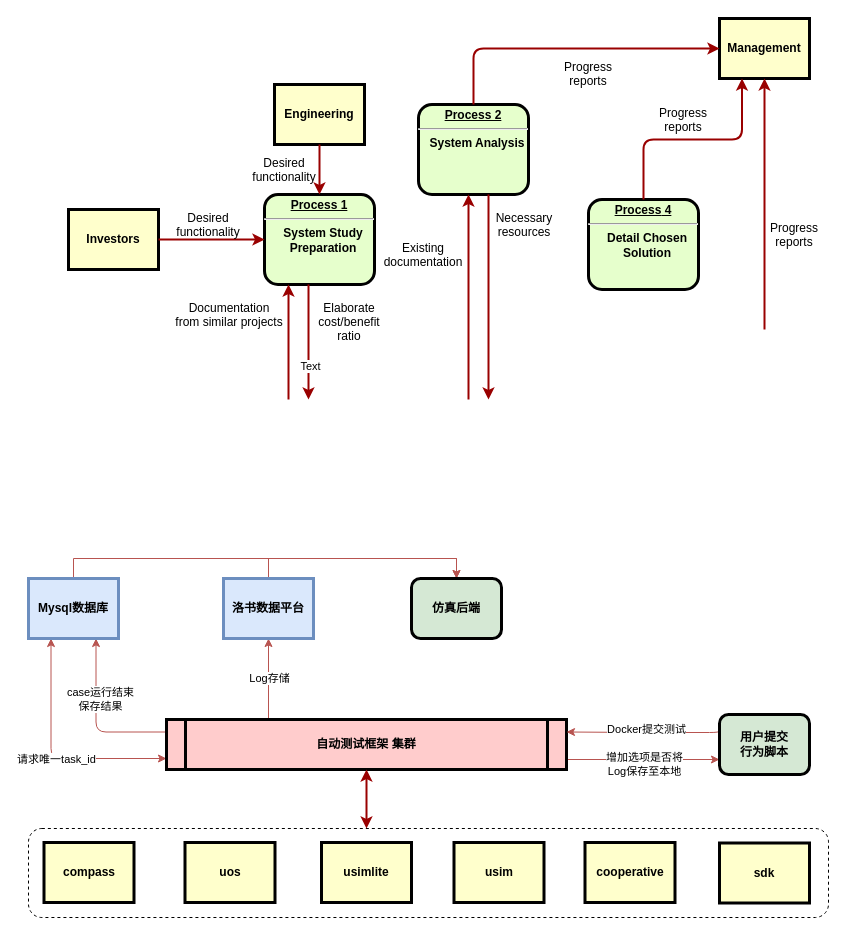
Before: autotest.drawio in Kingzhoudk/diagrams, a draw.io diagram. Source tidied: cells renumbered, new cells numbered last; positions are measured from the earlier drawing's top-left corner, leaving out a move shared by most shapes. Both pictures are drawn from the tidied source at 100%, with x=0, y=0 at pixel (28, 18).
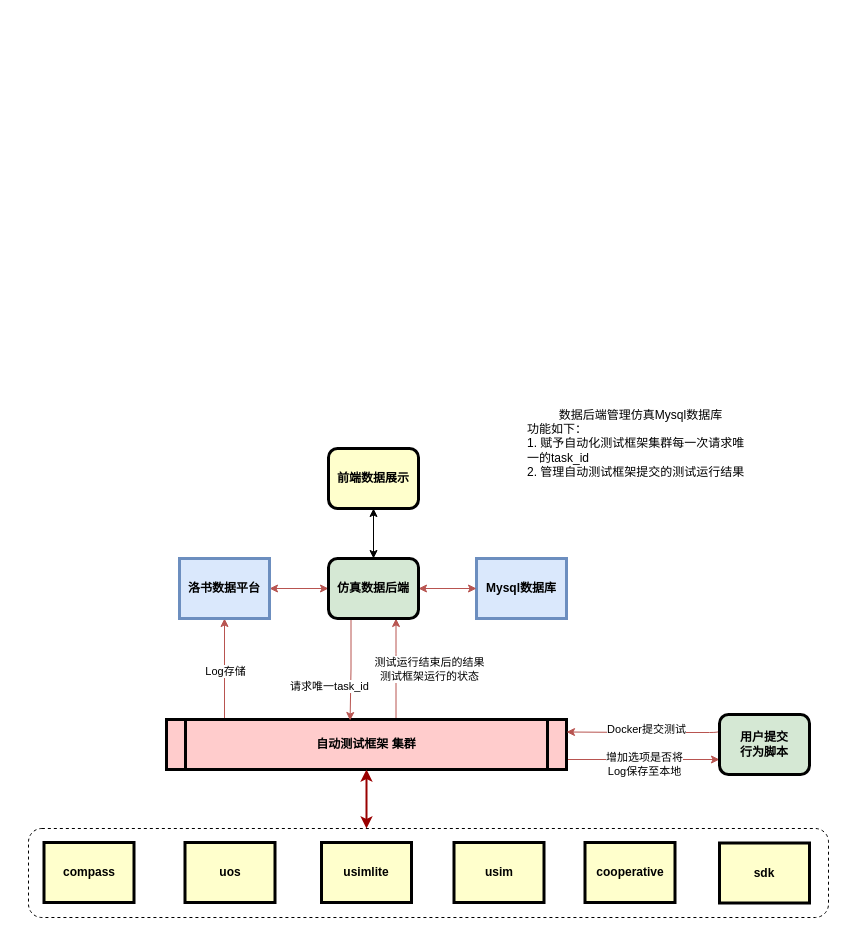
The same diagram, later.

The change refers to these unchanged cells:
```xml
<mxCell id="14" value="自动测试框架 集群" style="shape=process;whiteSpace=wrap;align=center;verticalAlign=middle;size=0.0475;fontStyle=1;strokeWidth=3;fillColor=#FFCCCC;" parent="1" vertex="1">
  <mxGeometry x="138" y="701" width="400" height="50" as="geometry" />
</mxCell>
```

What changed in the source:
```diff
@@
-    <mxCell id="3" value="&lt;p style=&quot;margin: 0px; margin-top: 4px; text-align: center; text-decoration: underline;&quot;&gt;&lt;strong&gt;Process 1&lt;br /&gt;&lt;/strong&gt;&lt;/p&gt;&lt;hr /&gt;&lt;p style=&quot;margin: 0px; margin-left: 8px;&quot;&gt;System Study&lt;/p&gt;&lt;p style=&quot;margin: 0px; margin-left: 8px;&quot;&gt;Preparation&lt;/p&gt;" style="verticalAlign=middle;align=center;overflow=fill;fontSize=12;fontFamily=Helvetica;html=1;rounded=1;fontStyle=1;strokeWidth=3;fillColor=#E6FFCC;" parent="1" vertex="1">
-      <mxGeometry x="236" y="176" width="110" height="90" as="geometry" />
-    </mxCell>
-    <mxCell id="4" value="Engineering" style="whiteSpace=wrap;align=center;verticalAlign=middle;fontStyle=1;strokeWidth=3;fillColor=#FFFFCC;" parent="1" vertex="1">
-      <mxGeometry x="246" y="66" width="90" height="60" as="geometry" />
-    </mxCell>
-    <mxCell id="5" value="Investors" style="whiteSpace=wrap;align=center;verticalAlign=middle;fontStyle=1;strokeWidth=3;fillColor=#FFFFCC;" parent="1" vertex="1">
-      <mxGeometry x="40" y="191" width="90" height="60" as="geometry" />
-    </mxCell>
-    <mxCell id="6" style="edgeStyle=orthogonalEdgeStyle;rounded=1;jettySize=auto;html=1;entryX=0.25;entryY=1;entryDx=0;entryDy=0;startArrow=classic;startFill=1;fillColor=#f8cecc;strokeColor=#b85450;" parent="1" edge="1" source="14" target="49">
-      <mxGeometry relative="1" as="geometry">
-        <Array as="points">
-          <mxPoint x="23" y="740" />
-        </Array>
-      </mxGeometry>
-    </mxCell>
-    <mxCell id="7" value="请求唯一task_id" style="edgeLabel;html=1;align=center;verticalAlign=middle;" parent="6" vertex="1">
-      <mxGeometry x="0.24" y="-2" relative="1" as="geometry">
-        <mxPoint x="3" y="31" as="offset" />
-      </mxGeometry>
-    </mxCell>
-    <mxCell id="8" style="edgeStyle=orthogonalEdgeStyle;rounded=1;jettySize=auto;html=1;exitX=0;exitY=0.25;exitDx=0;exitDy=0;entryX=0.75;entryY=1;entryDx=0;entryDy=0;startArrow=none;startFill=0;fillColor=#f8cecc;strokeColor=#b85450;" parent="1" edge="1" source="14" target="49">
-      <mxGeometry relative="1" as="geometry" />
-    </mxCell>
-    <mxCell id="9" value="&lt;div&gt;case运行结束&lt;/div&gt;&lt;div&gt;保存结果&lt;br&gt;&lt;/div&gt;" style="edgeLabel;html=1;align=center;verticalAlign=middle;" parent="8" vertex="1">
-      <mxGeometry x="0.3" y="-3" relative="1" as="geometry">
-        <mxPoint x="1" y="3" as="offset" />
-      </mxGeometry>
-    </mxCell>
-    <mxCell id="10" style="edgeStyle=orthogonalEdgeStyle;rounded=0;jettySize=auto;html=1;exitX=0.25;exitY=0;exitDx=0;exitDy=0;entryX=0.5;entryY=1;entryDx=0;entryDy=0;startArrow=none;startFill=0;fillColor=#f8cecc;strokeColor=#b85450;" parent="1" edge="1" source="14" target="51">
+    <mxCell id="10" style="edgeStyle=orthogonalEdgeStyle;rounded=0;jettySize=auto;html=1;exitX=0.14;exitY=0;exitDx=0;exitDy=0;entryX=0.5;entryY=1;entryDx=0;entryDy=0;startArrow=none;startFill=0;fillColor=#f8cecc;strokeColor=#b85450;exitPerimeter=0;" parent="1" edge="1" source="14" target="51">
       <mxGeometry relative="1" as="geometry">
         <Array as="points">
-          <mxPoint x="240" y="701" />
+          <mxPoint x="196" y="701" />
         </Array>
       </mxGeometry>
     </mxCell>
@@
+    <mxCell id="53" style="edgeStyle=orthogonalEdgeStyle;rounded=0;jettySize=auto;html=1;entryX=0.75;entryY=1;entryDx=0;entryDy=0;startArrow=none;startFill=0;fillColor=#f8cecc;strokeColor=#b85450;" parent="1" edge="1" source="14" target="52">
+      <mxGeometry relative="1" as="geometry">
+        <Array as="points">
+          <mxPoint x="368" y="635" />
+        </Array>
+      </mxGeometry>
+    </mxCell>
+    <mxCell id="54" value="&lt;div&gt;测试运行结束后的结果&lt;br&gt;&lt;/div&gt;&lt;div&gt;测试框架运行的状态&lt;br&gt;&lt;/div&gt;" style="edgeLabel;html=1;align=center;verticalAlign=middle;" parent="53" vertex="1">
+      <mxGeometry x="0.49" y="-2" relative="1" as="geometry">
+        <mxPoint x="31" y="24" as="offset" />
+      </mxGeometry>
+    </mxCell>
@@
-    <mxCell id="15" value="&lt;p style=&quot;margin: 0px; margin-top: 4px; text-align: center; text-decoration: underline;&quot;&gt;&lt;strong&gt;Process 2&lt;br /&gt;&lt;/strong&gt;&lt;/p&gt;&lt;hr /&gt;&lt;p style=&quot;margin: 0px; margin-left: 8px;&quot;&gt;System Analysis&lt;/p&gt;" style="verticalAlign=middle;align=center;overflow=fill;fontSize=12;fontFamily=Helvetica;html=1;rounded=1;fontStyle=1;strokeWidth=3;fillColor=#E6FFCC;" parent="1" vertex="1">
-      <mxGeometry x="390" y="86" width="110" height="90" as="geometry" />
-    </mxCell>
-    <mxCell id="16" value="&lt;p style=&quot;margin: 0px; margin-top: 4px; text-align: center; text-decoration: underline;&quot;&gt;&lt;strong&gt;&lt;strong&gt;Process&lt;/strong&gt; 4&lt;br /&gt;&lt;/strong&gt;&lt;/p&gt;&lt;hr /&gt;&lt;p style=&quot;margin: 0px; margin-left: 8px;&quot;&gt;Detail Chosen&lt;/p&gt;&lt;p style=&quot;margin: 0px; margin-left: 8px;&quot;&gt;Solution&lt;/p&gt;" style="verticalAlign=middle;align=center;overflow=fill;fontSize=12;fontFamily=Helvetica;html=1;rounded=1;fontStyle=1;strokeWidth=3;fillColor=#E6FFCC;" parent="1" vertex="1">
-      <mxGeometry x="560" y="181" width="110" height="90" as="geometry" />
-    </mxCell>
-    <mxCell id="17" value="Management" style="whiteSpace=wrap;align=center;verticalAlign=middle;fontStyle=1;strokeWidth=3;fillColor=#FFFFCC;" parent="1" vertex="1">
-      <mxGeometry x="691" width="90" height="60" as="geometry" />
-    </mxCell>
@@
-    <mxCell id="19" style="edgeStyle=none;noEdgeStyle=1;strokeColor=#990000;strokeWidth=2;" parent="1" edge="1" source="4" target="3">
-      <mxGeometry relative="1" as="geometry" />
-    </mxCell>
-    <mxCell id="20" style="edgeStyle=none;noEdgeStyle=1;strokeColor=#990000;strokeWidth=2;" parent="1" edge="1" source="5" target="3">
-      <mxGeometry relative="1" as="geometry" />
-    </mxCell>
-    <mxCell id="21" value="Desired &#10;functionality" style="text;spacingTop=-5;align=center;" parent="1" vertex="1">
-      <mxGeometry x="165" y="191" width="30" height="20" as="geometry" />
-    </mxCell>
-    <mxCell id="22" value="Desired &#10;functionality" style="text;spacingTop=-5;align=center;" parent="1" vertex="1">
-      <mxGeometry x="241" y="136" width="30" height="20" as="geometry" />
-    </mxCell>
-    <mxCell id="23" value="Documentation&#10;from similar projects" style="text;spacingTop=-5;align=center;" parent="1" vertex="1">
-      <mxGeometry x="186" y="281" width="30" height="20" as="geometry" />
-    </mxCell>
-    <mxCell id="24" style="edgeStyle=elbowEdgeStyle;elbow=horizontal;strokeColor=#990000;strokeWidth=2;" parent="1" edge="1" target="3">
-      <mxGeometry relative="1" as="geometry">
-        <mxPoint x="260" y="381" as="sourcePoint" />
-        <Array as="points">
-          <mxPoint x="260" y="310" />
-        </Array>
-      </mxGeometry>
-    </mxCell>
-    <mxCell id="25" style="edgeStyle=elbowEdgeStyle;elbow=horizontal;strokeColor=#990000;strokeWidth=2;" parent="1" edge="1" source="3">
-      <mxGeometry relative="1" as="geometry">
-        <mxPoint x="280" y="381" as="targetPoint" />
-        <Array as="points">
-          <mxPoint x="280" y="300" />
-        </Array>
-      </mxGeometry>
-    </mxCell>
-    <mxCell id="26" value="Text" style="edgeLabel;html=1;align=center;verticalAlign=middle;" parent="25" vertex="1">
-      <mxGeometry x="0.41" y="1" relative="1" as="geometry" />
-    </mxCell>
-    <mxCell id="27" value="Elaborate&#10;cost/benefit&#10;ratio" style="text;spacingTop=-5;align=center;" parent="1" vertex="1">
-      <mxGeometry x="306" y="281" width="30" height="20" as="geometry" />
-    </mxCell>
-    <mxCell id="28" style="edgeStyle=elbowEdgeStyle;elbow=horizontal;strokeColor=#990000;strokeWidth=2;" parent="1" edge="1" target="15">
-      <mxGeometry relative="1" as="geometry">
-        <mxPoint x="440" y="381" as="sourcePoint" />
-        <Array as="points">
-          <mxPoint x="440" y="250" />
-        </Array>
-      </mxGeometry>
-    </mxCell>
-    <mxCell id="29" style="edgeStyle=elbowEdgeStyle;elbow=horizontal;strokeColor=#990000;strokeWidth=2;" parent="1" edge="1" source="15">
-      <mxGeometry relative="1" as="geometry">
-        <mxPoint x="460" y="381" as="targetPoint" />
-        <Array as="points">
-          <mxPoint x="460" y="260" />
-        </Array>
-      </mxGeometry>
-    </mxCell>
-    <mxCell id="30" value="Existing&#10;documentation" style="text;spacingTop=-5;align=center;" parent="1" vertex="1">
-      <mxGeometry x="380" y="221" width="30" height="20" as="geometry" />
-    </mxCell>
-    <mxCell id="31" value="Necessary&#10;resources" style="text;spacingTop=-5;align=center;" parent="1" vertex="1">
-      <mxGeometry x="481" y="191" width="30" height="20" as="geometry" />
-    </mxCell>
-    <mxCell id="32" value="Progress&#10;reports" style="text;spacingTop=-5;align=center;" parent="1" vertex="1">
-      <mxGeometry x="545" y="40" width="30" height="20" as="geometry" />
-    </mxCell>
-    <mxCell id="33" value="Progress&#10;reports" style="text;spacingTop=-5;align=center;" parent="1" vertex="1">
-      <mxGeometry x="640" y="86" width="30" height="20" as="geometry" />
-    </mxCell>
-    <mxCell id="34" value="Progress&#10;reports" style="text;spacingTop=-5;align=center;" parent="1" vertex="1">
-      <mxGeometry x="751" y="201" width="30" height="20" as="geometry" />
-    </mxCell>
-    <mxCell id="35" style="edgeStyle=elbowEdgeStyle;elbow=horizontal;strokeColor=#990000;strokeWidth=2;" parent="1" edge="1" source="15" target="17">
-      <mxGeometry relative="1" as="geometry">
-        <Array as="points">
-          <mxPoint x="445" y="80" />
-        </Array>
-      </mxGeometry>
-    </mxCell>
-    <mxCell id="36" style="edgeStyle=elbowEdgeStyle;elbow=vertical;entryX=0.25;entryY=1;strokeColor=#990000;strokeWidth=2;" parent="1" edge="1" source="16" target="17">
-      <mxGeometry relative="1" as="geometry" />
-    </mxCell>
-    <mxCell id="37" style="edgeStyle=elbowEdgeStyle;elbow=horizontal;strokeColor=#990000;strokeWidth=2;" parent="1" edge="1" target="17">
-      <mxGeometry relative="1" as="geometry">
-        <mxPoint x="736" y="311" as="sourcePoint" />
-      </mxGeometry>
-    </mxCell>
@@
-    <mxCell id="48" style="edgeStyle=orthogonalEdgeStyle;rounded=0;jettySize=auto;html=1;exitX=0.5;exitY=0;exitDx=0;exitDy=0;entryX=0.5;entryY=0;entryDx=0;entryDy=0;startArrow=none;startFill=0;fillColor=#f8cecc;strokeColor=#b85450;" parent="1" edge="1" source="49" target="52">
-      <mxGeometry relative="1" as="geometry" />
-    </mxCell>
     <mxCell id="49" value="Mysql数据库" style="whiteSpace=wrap;align=center;verticalAlign=middle;fontStyle=1;strokeWidth=3;fillColor=#dae8fc;strokeColor=#6c8ebf;" parent="1" vertex="1">
-      <mxGeometry y="560" width="90" height="60" as="geometry" />
+      <mxGeometry x="448" y="540" width="90" height="60" as="geometry" />
     </mxCell>
-    <mxCell id="50" style="edgeStyle=orthogonalEdgeStyle;rounded=0;jettySize=auto;html=1;exitX=0.5;exitY=0;exitDx=0;exitDy=0;entryX=0.5;entryY=0;entryDx=0;entryDy=0;startArrow=none;startFill=0;fillColor=#f8cecc;strokeColor=#b85450;" parent="1" edge="1" source="51" target="52">
+    <mxCell id="50" style="edgeStyle=orthogonalEdgeStyle;rounded=0;jettySize=auto;html=1;exitX=1;exitY=0.5;exitDx=0;exitDy=0;startArrow=classic;startFill=1;fillColor=#f8cecc;strokeColor=#b85450;" parent="1" edge="1" source="51" target="52">
       <mxGeometry relative="1" as="geometry" />
     </mxCell>
     <mxCell id="51" value="洛书数据平台" style="whiteSpace=wrap;align=center;verticalAlign=middle;fontStyle=1;strokeWidth=3;fillColor=#dae8fc;strokeColor=#6c8ebf;" parent="1" vertex="1">
-      <mxGeometry x="195" y="560" width="90" height="60" as="geometry" />
+      <mxGeometry x="151" y="540" width="90" height="60" as="geometry" />
     </mxCell>
+    <mxCell id="55" style="edgeStyle=orthogonalEdgeStyle;rounded=0;jettySize=auto;html=1;exitX=0.25;exitY=1;exitDx=0;exitDy=0;entryX=0.459;entryY=0.02;entryDx=0;entryDy=0;entryPerimeter=0;startArrow=none;startFill=0;fillColor=#f8cecc;strokeColor=#b85450;" parent="1" edge="1" source="52" target="14">
+      <mxGeometry relative="1" as="geometry" />
+    </mxCell>
+    <mxCell id="7" value="请求唯一task_id" style="edgeLabel;html=1;align=center;verticalAlign=middle;" parent="55" vertex="1">
+      <mxGeometry x="-0.36" y="-1" relative="1" as="geometry">
+        <mxPoint x="-21" y="34" as="offset" />
+      </mxGeometry>
+    </mxCell>
+    <mxCell id="56" style="edgeStyle=orthogonalEdgeStyle;rounded=0;jettySize=auto;html=1;exitX=1;exitY=0.5;exitDx=0;exitDy=0;entryX=0;entryY=0.5;entryDx=0;entryDy=0;startArrow=classic;startFill=1;fillColor=#f8cecc;strokeColor=#b85450;" parent="1" edge="1" source="52" target="49">
+      <mxGeometry relative="1" as="geometry" />
+    </mxCell>
+    <mxCell id="57" style="edgeStyle=orthogonalEdgeStyle;rounded=0;jettySize=auto;html=1;exitX=0.5;exitY=0;exitDx=0;exitDy=0;startArrow=classic;startFill=1;entryX=0.5;entryY=1;entryDx=0;entryDy=0;" parent="1" edge="1" source="52" target="59">
+      <mxGeometry relative="1" as="geometry" />
+    </mxCell>
-    <mxCell id="52" value="仿真后端" style="whiteSpace=wrap;align=center;verticalAlign=middle;fontStyle=1;strokeWidth=3;fillColor=#d5e8d4;strokeColor=default;rounded=1;" parent="1" vertex="1">
-      <mxGeometry x="383" y="560" width="90" height="60" as="geometry" />
+    <mxCell id="52" value="仿真数据后端" style="whiteSpace=wrap;align=center;verticalAlign=middle;fontStyle=1;strokeWidth=3;fillColor=#d5e8d4;strokeColor=default;rounded=1;" parent="1" vertex="1">
+      <mxGeometry x="300" y="540" width="90" height="60" as="geometry" />
     </mxCell>
+    <mxCell id="58" value="&lt;div align=&quot;center&quot;&gt;数据后端管理仿真Mysql数据库&lt;/div&gt;&lt;div align=&quot;left&quot;&gt;功能如下：&lt;/div&gt;&lt;div align=&quot;left&quot;&gt;1. 赋予自动化测试框架集群每一次请求唯一的task_id&lt;/div&gt;&lt;div align=&quot;left&quot;&gt;2. 管理自动测试框架提交的测试运行结果&lt;br&gt;&lt;/div&gt;" style="text;html=1;strokeColor=none;fillColor=none;align=left;verticalAlign=middle;whiteSpace=wrap;rounded=0;" parent="1" vertex="1">
+      <mxGeometry x="497" y="370" width="229" height="110" as="geometry" />
+    </mxCell>
+    <mxCell id="59" value="前端数据展示" style="whiteSpace=wrap;align=center;verticalAlign=middle;fontStyle=1;strokeWidth=3;fillColor=#FFFFCC;rounded=1;" parent="1" vertex="1">
+      <mxGeometry x="300" y="430" width="90" height="60" as="geometry" />
+    </mxCell>
```
